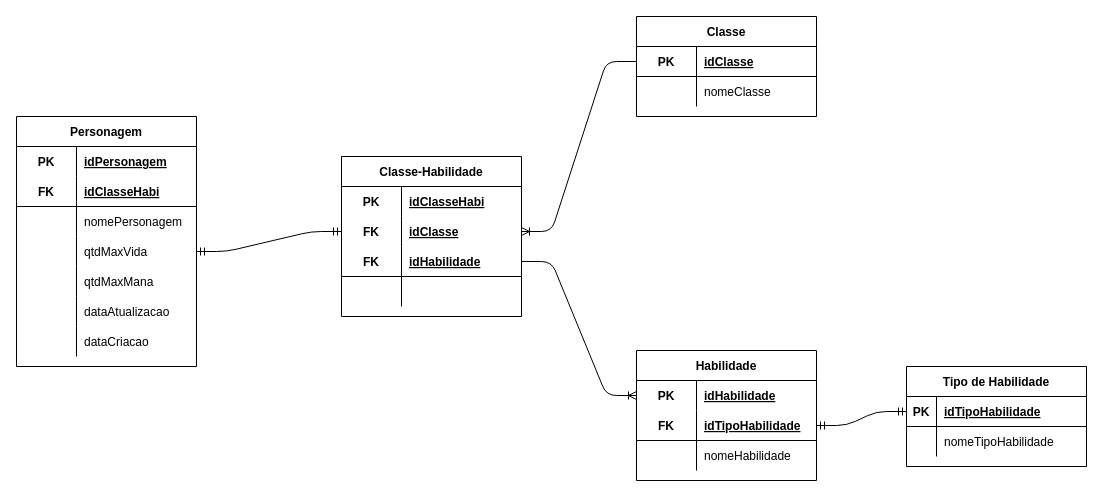
Above: Banco de Dados/Modelagem/modelo-lógico.drawio in wesleysouzakeys/Projeto_HROADS_SENAI (draw.io), before the change. Source tidied: cells renumbered, new cells numbered last; positions are measured from the earlier drawing's top-left corner, leaving out a move shared by most shapes. Both pictures are drawn from the tidied source at 100%, with x=0, y=0 at pixel (16, 16).
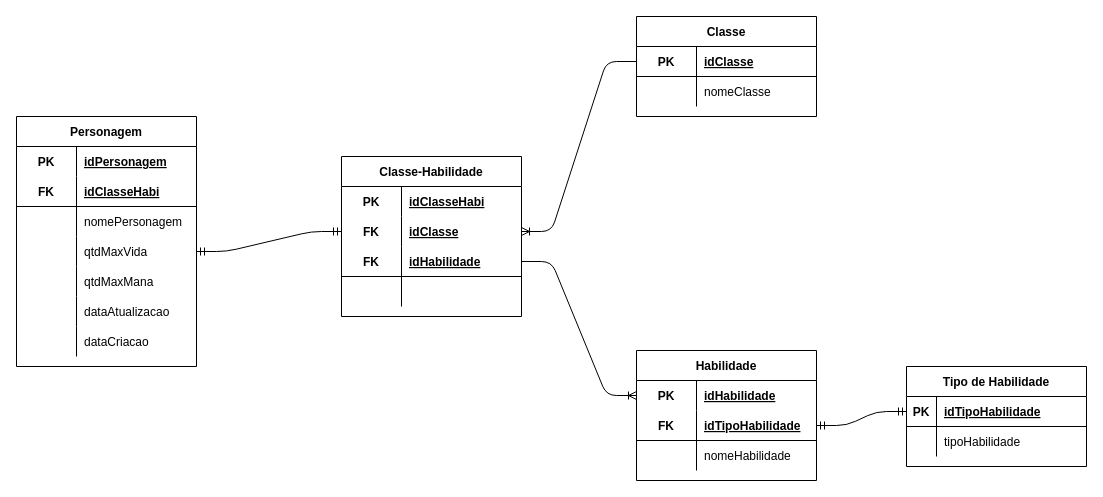
The same page after the edit.

Unchanged cells that the change refers to:
```xml
<mxCell id="58" style="shape=partialRectangle;fillColor=none;top=0;left=0;bottom=0;right=0;" parent="54" vertex="1">
  <mxGeometry y="60" width="180" height="30" as="geometry" />
</mxCell>
```

What changed in the source:
```diff
@@
-    <mxCell id="60" value="nomeTipoHabilidade" style="shape=partialRectangle;fillColor=none;top=0;left=0;bottom=0;right=0;align=left;spacingLeft=6;overflow=hidden;" parent="58" vertex="1">
+    <mxCell id="60" value="tipoHabilidade" style="shape=partialRectangle;fillColor=none;top=0;left=0;bottom=0;right=0;align=left;spacingLeft=6;overflow=hidden;" parent="58" vertex="1">
       <mxGeometry x="30" width="150" height="30" as="geometry" />
     </mxCell>
```
